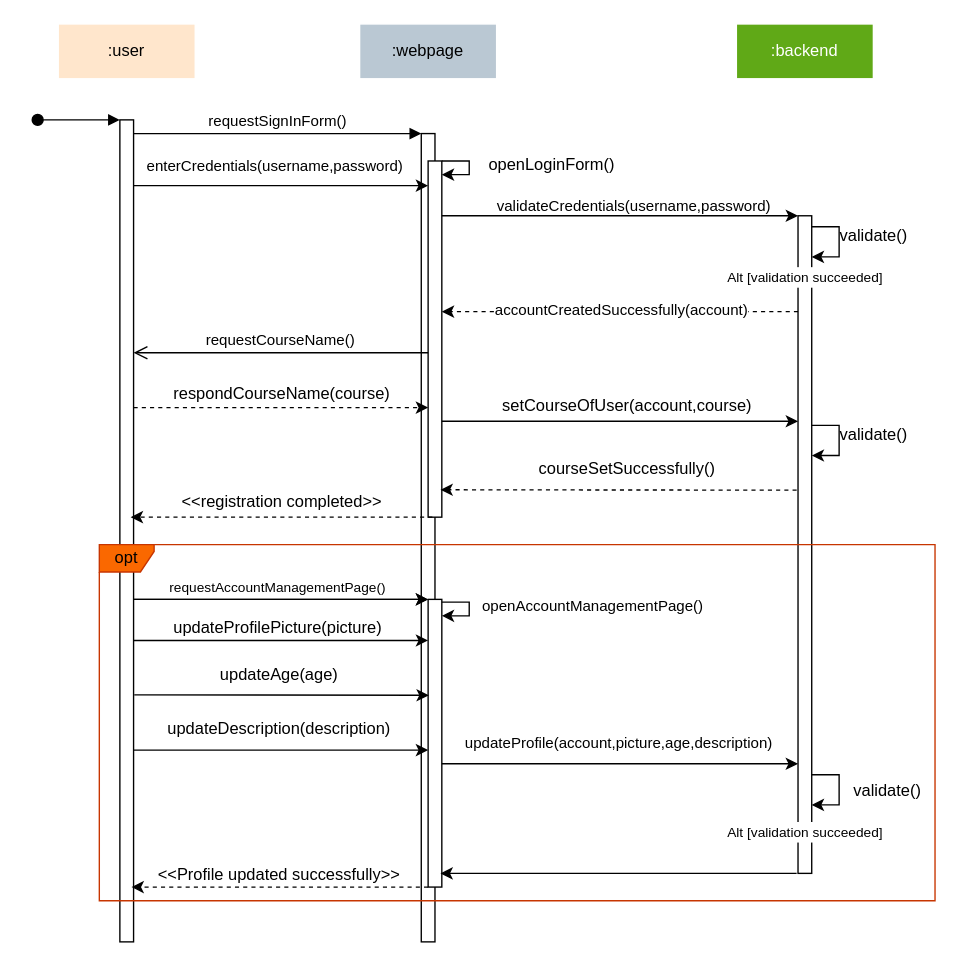
Earlier version of the draw.io diagram docs/diagrams/sources/ProfilePersonalizationSequenceDiagram.drawio (SE-TINF22B6/DHBWhub). Source tidied: cells renumbered, new cells numbered last; positions are measured from the earlier drawing's top-left corner, leaving out a move shared by most shapes. Both pictures are drawn from the tidied source at 137%, with x=0, y=0 at pixel (37, 23).
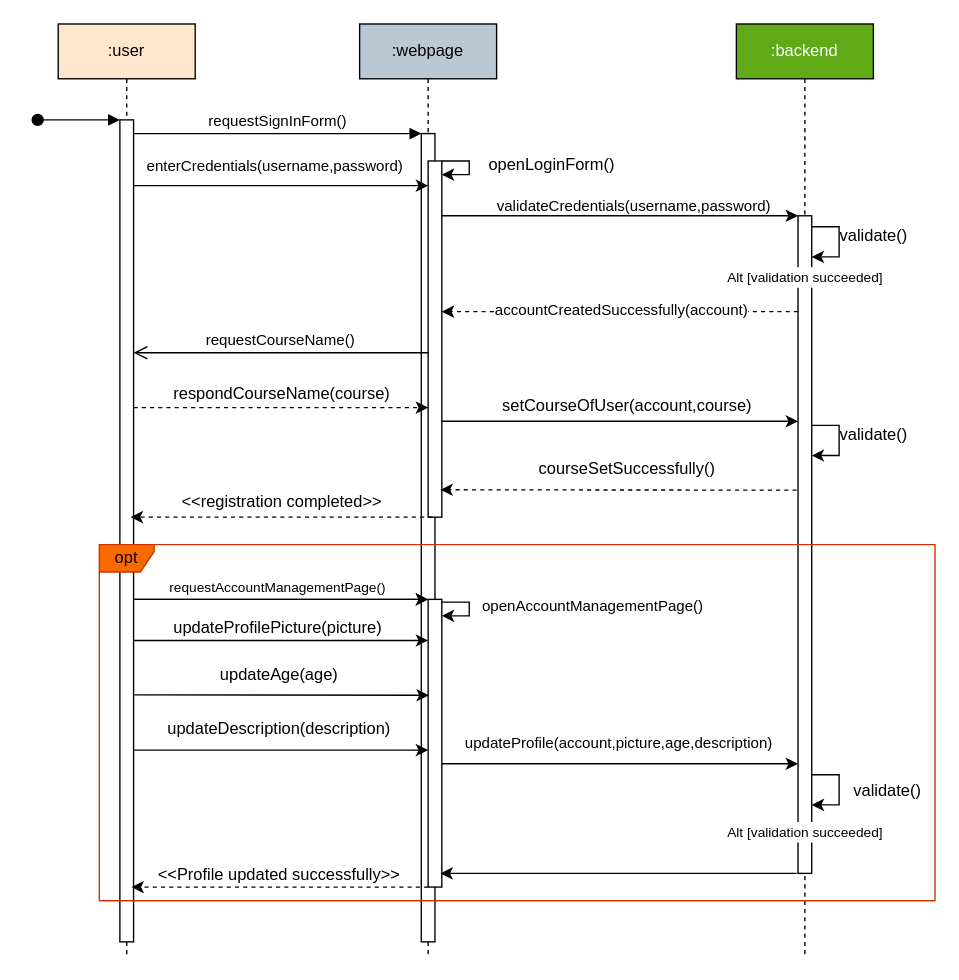
Above is the later version.

Diff of the diagram source:
```diff
@@
-    <mxCell id="2" value=":user" style="shape=umlLifeline;perimeter=lifelinePerimeter;whiteSpace=wrap;html=1;newEdgeStyle={&quot;edgeStyle&quot;:&quot;elbowEdgeStyle&quot;,&quot;elbow&quot;:&quot;vertical&quot;,&quot;curved&quot;:0,&quot;rounded&quot;:0};fillColor=#ffe6cc;strokeColor=#FFFFFF;" parent="1" vertex="1">
+    <mxCell id="2" value=":user" style="shape=umlLifeline;perimeter=lifelinePerimeter;whiteSpace=wrap;html=1;newEdgeStyle={&quot;edgeStyle&quot;:&quot;elbowEdgeStyle&quot;,&quot;elbow&quot;:&quot;vertical&quot;,&quot;curved&quot;:0,&quot;rounded&quot;:0};fillColor=#ffe6cc;strokeColor=#000000;" parent="1" vertex="1">
       <mxGeometry x="15" width="100" height="680" as="geometry" />
     </mxCell>
@@
-    <mxCell id="5" value=":webpage" style="shape=umlLifeline;perimeter=lifelinePerimeter;whiteSpace=wrap;html=1;newEdgeStyle={&quot;edgeStyle&quot;:&quot;elbowEdgeStyle&quot;,&quot;elbow&quot;:&quot;vertical&quot;,&quot;curved&quot;:0,&quot;rounded&quot;:0};fillColor=#bac8d3;strokeColor=#FFFFFF;" parent="1" vertex="1">
+    <mxCell id="5" value=":webpage" style="shape=umlLifeline;perimeter=lifelinePerimeter;whiteSpace=wrap;html=1;newEdgeStyle={&quot;edgeStyle&quot;:&quot;elbowEdgeStyle&quot;,&quot;elbow&quot;:&quot;vertical&quot;,&quot;curved&quot;:0,&quot;rounded&quot;:0};fillColor=#bac8d3;strokeColor=#000000;" parent="1" vertex="1">
       <mxGeometry x="235" width="100" height="680" as="geometry" />
     </mxCell>
@@
-    <mxCell id="12" value=":backend" style="shape=umlLifeline;perimeter=lifelinePerimeter;whiteSpace=wrap;html=1;newEdgeStyle={&quot;edgeStyle&quot;:&quot;elbowEdgeStyle&quot;,&quot;elbow&quot;:&quot;vertical&quot;,&quot;curved&quot;:0,&quot;rounded&quot;:0};fillColor=#60a917;strokeColor=#FFFFFF;fontColor=#ffffff;" parent="1" vertex="1">
+    <mxCell id="12" value=":backend" style="shape=umlLifeline;perimeter=lifelinePerimeter;whiteSpace=wrap;html=1;newEdgeStyle={&quot;edgeStyle&quot;:&quot;elbowEdgeStyle&quot;,&quot;elbow&quot;:&quot;vertical&quot;,&quot;curved&quot;:0,&quot;rounded&quot;:0};fillColor=#60a917;strokeColor=#000000;fontColor=#ffffff;" parent="1" vertex="1">
       <mxGeometry x="510" width="100" height="680" as="geometry" />
     </mxCell>
```
